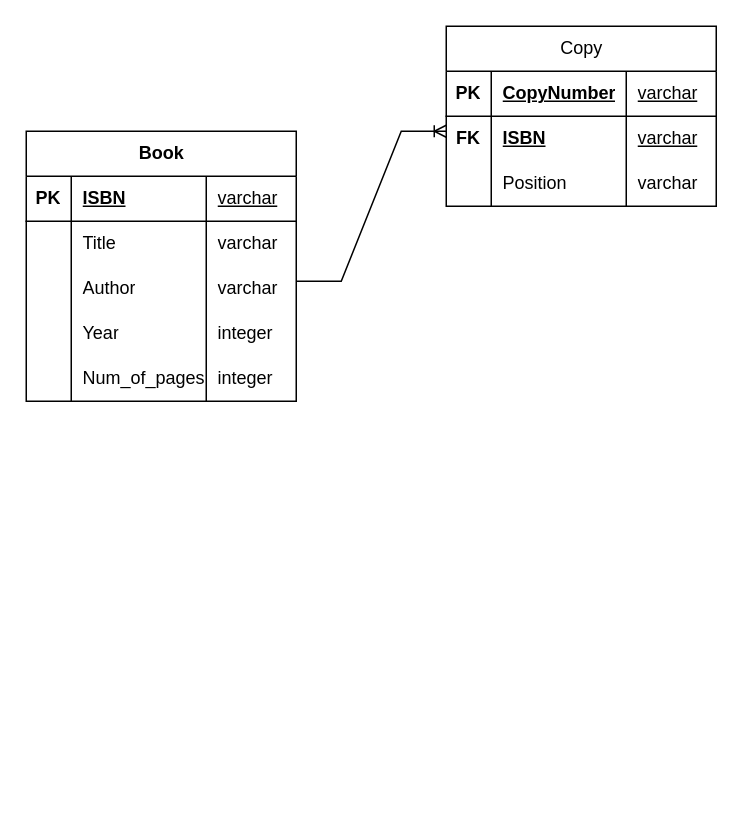
This is Диаграмма без названия.drawio from agirlwithcamomiles/testing_git, a draw.io file, before an edit. Source tidied: cells renumbered, new cells numbered last; positions are measured from the earlier drawing's top-left corner, leaving out a move shared by most shapes. Both pictures are drawn from the tidied source at 150%, with x=0, y=0 at pixel (26, 26).
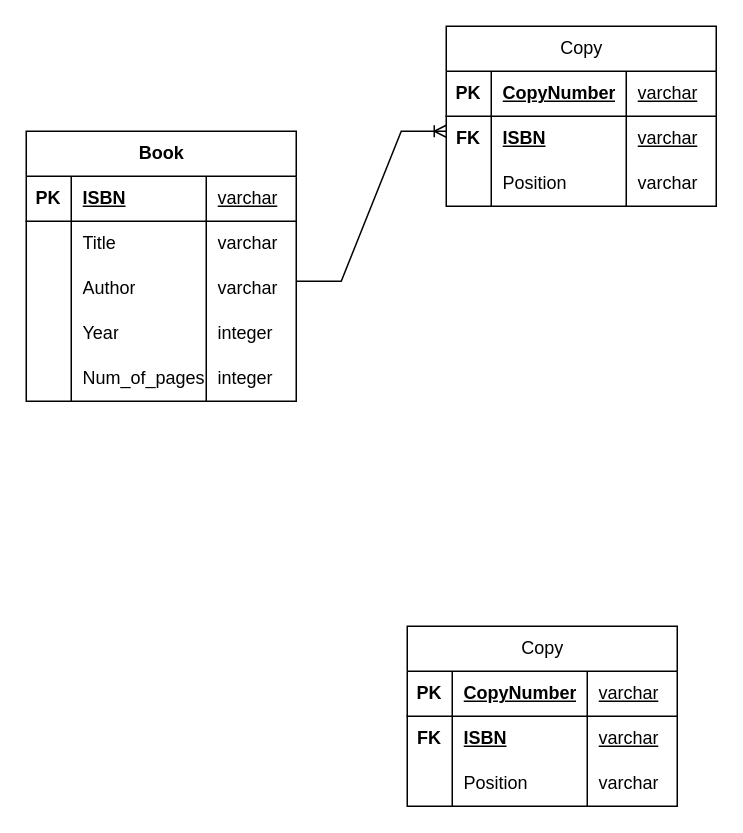
After the change.

What changed in the source:
```diff
@@
+    <mxCell id="37" value="Copy" style="shape=table;startSize=30;childLayout=tableLayout;rowLines=0;fontStyle=0;align=center;html=1;" parent="1" vertex="1">
+      <mxGeometry x="254" y="400" width="180" height="120" as="geometry" />
+    </mxCell>
+    <mxCell id="38" style="shape=tableRow;horizontal=0;startSize=0;swimlaneHead=0;swimlaneBody=0;fillColor=none;top=0;left=0;right=0;bottom=1;" parent="37" vertex="1">
+      <mxGeometry y="30" width="180" height="30" as="geometry" />
+    </mxCell>
+    <mxCell id="39" value="PK" style="shape=partialRectangle;fillColor=none;top=0;left=0;bottom=0;right=0;fontStyle=1;overflow=hidden;whiteSpace=wrap;html=1;" parent="38" vertex="1">
+      <mxGeometry width="30" height="30" as="geometry" />
+    </mxCell>
+    <mxCell id="40" value="CopyNumber" style="shape=partialRectangle;fillColor=none;top=0;left=0;bottom=0;right=0;align=left;spacingLeft=6;fontStyle=5;overflow=hidden;whiteSpace=wrap;html=1;" parent="38" vertex="1">
+      <mxGeometry x="30" width="90" height="30" as="geometry" />
+    </mxCell>
+    <mxCell id="41" value="&lt;span style=&quot;font-weight: normal;&quot;&gt;varchar&lt;/span&gt;" style="shape=partialRectangle;fillColor=none;top=0;left=0;bottom=0;right=0;align=left;spacingLeft=6;fontStyle=5;overflow=hidden;whiteSpace=wrap;html=1;" parent="38" vertex="1">
+      <mxGeometry x="120" width="60" height="30" as="geometry" />
+    </mxCell>
+    <mxCell id="42" style="shape=tableRow;horizontal=0;startSize=0;swimlaneHead=0;swimlaneBody=0;fillColor=none;top=0;left=0;right=0;bottom=0;" parent="37" vertex="1">
+      <mxGeometry y="60" width="180" height="30" as="geometry" />
+    </mxCell>
+    <mxCell id="43" value="FK" style="shape=partialRectangle;fillColor=none;top=0;left=0;bottom=0;right=0;overflow=hidden;whiteSpace=wrap;html=1;perimeterSpacing=5;fontStyle=1;" parent="42" vertex="1">
+      <mxGeometry width="30" height="30" as="geometry" />
+    </mxCell>
+    <mxCell id="44" value="&lt;b&gt;&lt;u&gt;ISBN&lt;/u&gt;&lt;/b&gt;" style="shape=partialRectangle;fillColor=none;top=0;left=0;bottom=0;right=0;align=left;spacingLeft=6;overflow=hidden;whiteSpace=wrap;html=1;" parent="42" vertex="1">
+      <mxGeometry x="30" width="90" height="30" as="geometry" />
+    </mxCell>
+    <mxCell id="45" value="&lt;div&gt;&lt;span&gt;&lt;u&gt;varchar&lt;/u&gt;&lt;/span&gt;&lt;/div&gt;" style="shape=partialRectangle;fillColor=none;top=0;left=0;bottom=0;right=0;align=left;spacingLeft=6;overflow=hidden;whiteSpace=wrap;html=1;fontStyle=0;" parent="42" vertex="1">
+      <mxGeometry x="120" width="60" height="30" as="geometry" />
+    </mxCell>
+    <mxCell id="46" style="shape=tableRow;horizontal=0;startSize=0;swimlaneHead=0;swimlaneBody=0;fillColor=none;top=0;left=0;right=0;bottom=0;" parent="37" vertex="1">
+      <mxGeometry y="90" width="180" height="30" as="geometry" />
+    </mxCell>
+    <mxCell id="47" style="shape=partialRectangle;fillColor=none;top=0;left=0;bottom=0;right=0;overflow=hidden;whiteSpace=wrap;html=1;" parent="46" vertex="1">
+      <mxGeometry width="30" height="30" as="geometry" />
+    </mxCell>
+    <mxCell id="48" value="Position" style="shape=partialRectangle;fillColor=none;top=0;left=0;bottom=0;right=0;align=left;spacingLeft=6;overflow=hidden;whiteSpace=wrap;html=1;" parent="46" vertex="1">
+      <mxGeometry x="30" width="90" height="30" as="geometry" />
+    </mxCell>
+    <mxCell id="49" value="varchar" style="shape=partialRectangle;fillColor=none;top=0;left=0;bottom=0;right=0;align=left;spacingLeft=6;overflow=hidden;whiteSpace=wrap;html=1;" parent="46" vertex="1">
+      <mxGeometry x="120" width="60" height="30" as="geometry" />
+    </mxCell>
```
